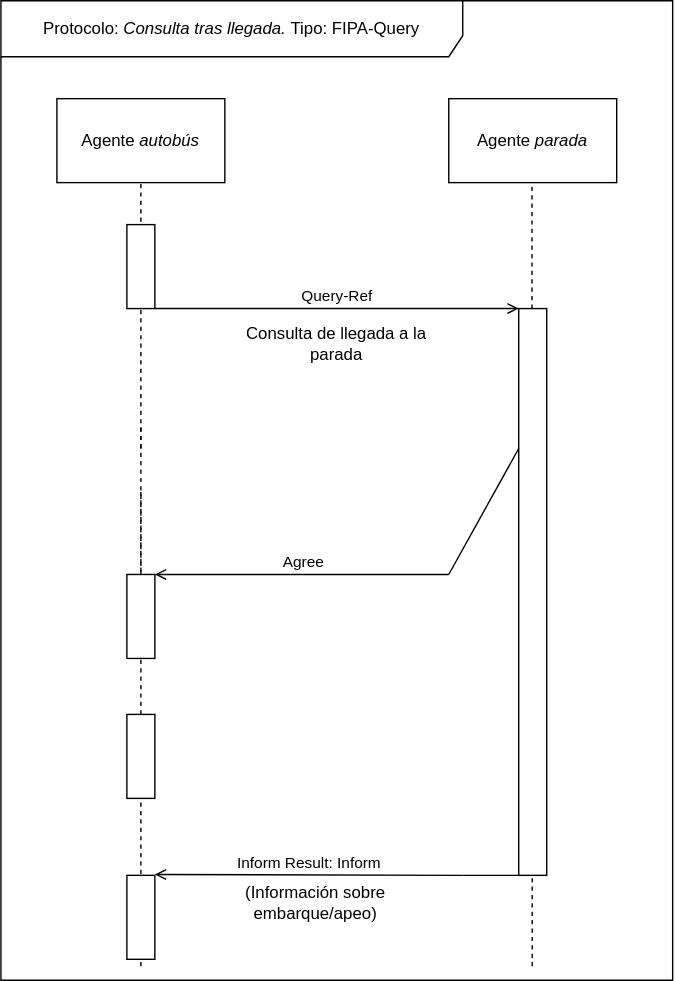
This is MEMORIA/imagenes/protocols/consulta_llegada.drawio.svg from CodificandoAlonso/GIAA_EMT, a draw.io export, as it was before one commit. Source tidied: cells renumbered, new cells last; positions are measured from the earlier drawing's top-left corner, leaving out a move shared by most shapes. The source it was exported from:
```xml
<mxGraphModel>
  <root>
    <mxCell id="0" />
    <mxCell id="1" parent="0" />
    <mxCell id="2" value="Protocolo:&amp;nbsp;&lt;i&gt;Consulta tras llegada.&amp;nbsp;&lt;/i&gt;Tipo: FIPA-Query" style="shape=umlFrame;whiteSpace=wrap;html=1;width=330;height=40;" parent="1" vertex="1">
      <mxGeometry width="480" height="700" as="geometry" />
    </mxCell>
    <mxCell id="3" value="Agente&amp;nbsp;&lt;i&gt;autobús&lt;/i&gt;" style="rounded=0;whiteSpace=wrap;html=1;" parent="2" vertex="1">
      <mxGeometry x="40" y="70" width="120" height="60" as="geometry" />
    </mxCell>
    <mxCell id="4" value="Agente&amp;nbsp;&lt;i&gt;parada&lt;/i&gt;" style="rounded=0;whiteSpace=wrap;html=1;" parent="2" vertex="1">
      <mxGeometry x="320" y="70" width="120" height="60" as="geometry" />
    </mxCell>
    <mxCell id="5" style="endArrow=none;html=1;rounded=0;dashed=1;" parent="2" edge="1">
      <mxGeometry relative="1" as="geometry">
        <mxPoint x="100" y="320" as="sourcePoint" />
        <mxPoint x="100" y="130" as="targetPoint" />
      </mxGeometry>
    </mxCell>
    <mxCell id="6" style="endArrow=none;html=1;rounded=0;dashed=1;" parent="2" edge="1" source="12">
      <mxGeometry relative="1" as="geometry">
        <mxPoint x="379.5" y="130" as="targetPoint" />
      </mxGeometry>
    </mxCell>
    <mxCell id="7" value="Query-Ref" style="html=1;verticalAlign=bottom;endArrow=open;curved=0;rounded=0;endFill=0;" parent="2" edge="1" source="8" target="12">
      <mxGeometry relative="1" as="geometry" />
    </mxCell>
    <mxCell id="8" style="html=1;points=[[0,0,0,0,5],[0,1,0,0,-5],[1,0,0,0,5],[1,1,0,0,-5]];perimeter=orthogonalPerimeter;outlineConnect=0;targetShapes=umlLifeline;portConstraint=eastwest;newEdgeStyle={&quot;curved&quot;:0,&quot;rounded&quot;:0};" parent="2" vertex="1">
      <mxGeometry x="90" y="160" width="20" height="60" as="geometry" />
    </mxCell>
    <mxCell id="9" style="endArrow=none;html=1;rounded=0;dashed=1;" parent="2" edge="1" source="14">
      <mxGeometry relative="1" as="geometry">
        <mxPoint x="100" y="305" as="targetPoint" />
      </mxGeometry>
    </mxCell>
    <mxCell id="10" style="endArrow=none;html=1;rounded=0;dashed=1;" parent="2" edge="1">
      <mxGeometry relative="1" as="geometry">
        <mxPoint x="100" y="690" as="sourcePoint" />
        <mxPoint x="100" y="350" as="targetPoint" />
      </mxGeometry>
    </mxCell>
    <mxCell id="11" style="endArrow=none;html=1;rounded=0;dashed=1;" parent="2" edge="1">
      <mxGeometry relative="1" as="geometry">
        <mxPoint x="379.6" y="690" as="sourcePoint" />
        <mxPoint x="379.6" y="380" as="targetPoint" />
      </mxGeometry>
    </mxCell>
    <mxCell id="12" style="html=1;points=[[0,0,0,0,5],[0,1,0,0,-5],[1,0,0,0,5],[1,1,0,0,-5]];perimeter=orthogonalPerimeter;outlineConnect=0;targetShapes=umlLifeline;portConstraint=eastwest;newEdgeStyle={&quot;curved&quot;:0,&quot;rounded&quot;:0};" parent="2" vertex="1">
      <mxGeometry x="370" y="220" width="20" height="405" as="geometry" />
    </mxCell>
    <mxCell id="13" style="endArrow=none;html=1;rounded=0;" parent="2" edge="1">
      <mxGeometry relative="1" as="geometry">
        <mxPoint x="330" y="625" as="sourcePoint" />
        <mxPoint x="370" y="625" as="targetPoint" />
      </mxGeometry>
    </mxCell>
    <mxCell id="14" style="html=1;points=[[0,0,0,0,5],[0,1,0,0,-5],[1,0,0,0,5],[1,1,0,0,-5]];perimeter=orthogonalPerimeter;outlineConnect=0;targetShapes=umlLifeline;portConstraint=eastwest;newEdgeStyle={&quot;curved&quot;:0,&quot;rounded&quot;:0};" parent="2" vertex="1">
      <mxGeometry x="90" y="410" width="20" height="60" as="geometry" />
    </mxCell>
    <mxCell id="15" style="endArrow=none;html=1;rounded=0;" parent="2" edge="1">
      <mxGeometry relative="1" as="geometry">
        <mxPoint x="320" y="410" as="sourcePoint" />
        <mxPoint x="370" y="320" as="targetPoint" />
      </mxGeometry>
    </mxCell>
    <mxCell id="16" value="Agree" style="html=1;verticalAlign=bottom;endArrow=none;curved=0;rounded=0;endFill=0;startArrow=open;startFill=0;" parent="2" edge="1" source="14">
      <mxGeometry relative="1" as="geometry">
        <mxPoint x="320" y="410" as="targetPoint" />
      </mxGeometry>
    </mxCell>
    <mxCell id="17" style="html=1;perimeter=orthogonalPerimeter;targetShapes=umlLifeline;newEdgeStyle={&quot;curved&quot;:0,&quot;rounded&quot;:0};" parent="2" vertex="1">
      <mxGeometry x="90" y="510" width="20" height="60" as="geometry" />
    </mxCell>
    <mxCell id="18" style="html=1;perimeter=orthogonalPerimeter;targetShapes=umlLifeline;newEdgeStyle={&quot;curved&quot;:0,&quot;rounded&quot;:0};" parent="2" vertex="1">
      <mxGeometry x="90" y="625" width="20" height="60" as="geometry" />
    </mxCell>
    <mxCell id="19" value="Inform Result: Inform" style="html=1;verticalAlign=bottom;endArrow=none;curved=0;rounded=0;endFill=0;startArrow=open;startFill=0;entryX=0;entryY=0.5;entryDx=0;entryDy=0;" parent="2" edge="1">
      <mxGeometry relative="1" as="geometry">
        <mxPoint x="110" y="624.4" as="sourcePoint" />
        <mxPoint x="330" y="625" as="targetPoint" />
      </mxGeometry>
    </mxCell>
    <mxCell id="20" value="(Información sobre embarque/apeo)" style="text;html=1;whiteSpace=wrap;strokeColor=none;fillColor=none;align=center;verticalAlign=middle;rounded=0;" parent="2" vertex="1">
      <mxGeometry x="130" y="630" width="190" height="30" as="geometry" />
    </mxCell>
    <mxCell id="21" value="Consulta de llegada a la parada" style="text;html=1;whiteSpace=wrap;strokeColor=none;fillColor=none;align=center;verticalAlign=middle;rounded=0;" parent="2" vertex="1">
      <mxGeometry x="170" y="230" width="140" height="30" as="geometry" />
    </mxCell>
  </root>
</mxGraphModel>
```
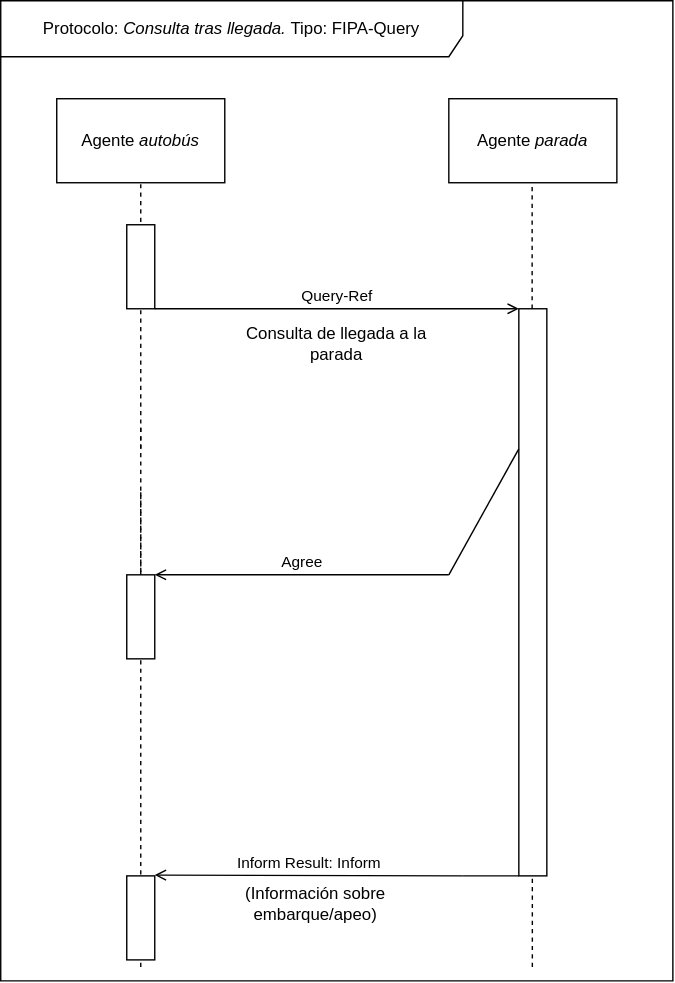
Later version of the same file.

Change to the diagram source:
```diff
@@ -68,9 +68,6 @@
         <mxPoint x="320" y="410" as="targetPoint" />
       </mxGeometry>
     </mxCell>
-    <mxCell id="17" style="html=1;perimeter=orthogonalPerimeter;targetShapes=umlLifeline;newEdgeStyle={&quot;curved&quot;:0,&quot;rounded&quot;:0};" parent="2" vertex="1">
-      <mxGeometry x="90" y="510" width="20" height="60" as="geometry" />
-    </mxCell>
     <mxCell id="18" style="html=1;perimeter=orthogonalPerimeter;targetShapes=umlLifeline;newEdgeStyle={&quot;curved&quot;:0,&quot;rounded&quot;:0};" parent="2" vertex="1">
       <mxGeometry x="90" y="625" width="20" height="60" as="geometry" />
     </mxCell>
```
